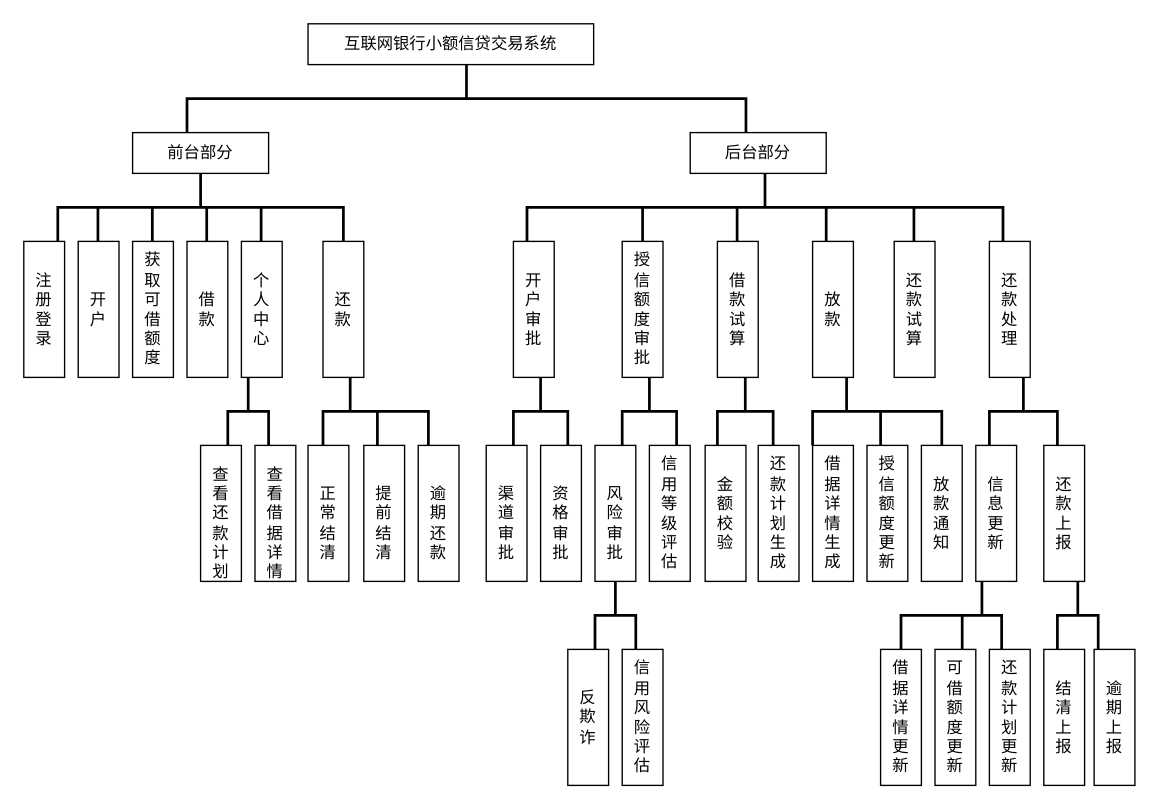
The draw.io diagram 功能模块图.drawio in wuxiao-web/graduationThesis, before the edit. Source tidied: cells renumbered, new cells numbered last; positions are measured from the earlier drawing's top-left corner, leaving out a move shared by most shapes. Both pictures are drawn from the tidied source at 136%, with x=0, y=0 at pixel (23, 23).
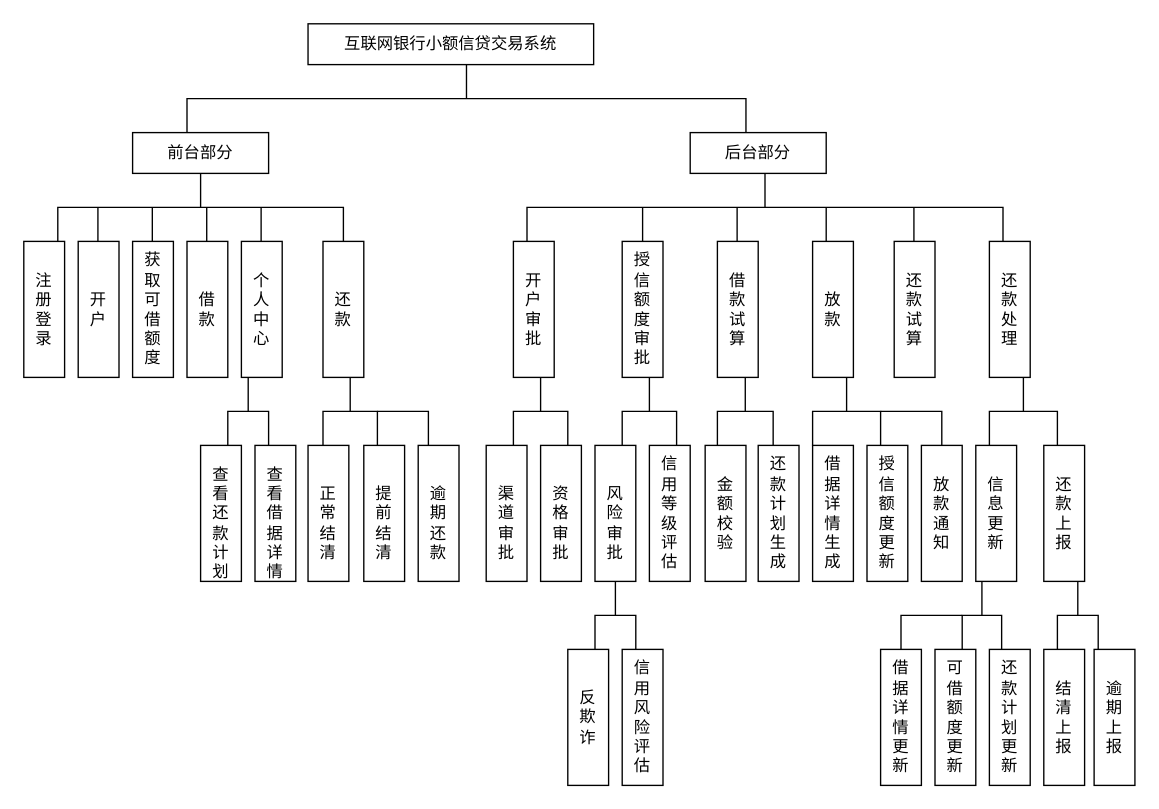
Above is the later version.

Commit message (it also covers changes not shown here):
更新功能模块图.drawio

Unchanged cells that the change refers to:
```xml
<mxCell id="21" value="&lt;br&gt;逾&lt;br&gt;期&lt;br&gt;还&lt;br&gt;款" style="rounded=0;whiteSpace=wrap;html=1;direction=south;" parent="1" vertex="1">
  <mxGeometry x="290" y="310" width="30" height="100" as="geometry" />
</mxCell>
<mxCell id="24" value="授&lt;br&gt;信&lt;br&gt;额&lt;br&gt;度&lt;br&gt;审&lt;br&gt;批" style="rounded=0;whiteSpace=wrap;html=1;direction=south;" parent="1" vertex="1">
  <mxGeometry x="440" y="160" width="30" height="100" as="geometry" />
</mxCell>
<mxCell id="52" value="放&lt;br&gt;款&lt;br&gt;通&lt;br&gt;知" style="rounded=0;whiteSpace=wrap;html=1;direction=south;" parent="1" vertex="1">
  <mxGeometry x="660" y="310" width="30" height="100" as="geometry" />
</mxCell>
<mxCell id="60" value="借&lt;br&gt;据&lt;br&gt;详&lt;br&gt;情&lt;br&gt;更&lt;br&gt;新" style="rounded=0;whiteSpace=wrap;html=1;direction=south;" parent="1" vertex="1">
  <mxGeometry x="630" y="460" width="30" height="100" as="geometry" />
</mxCell>
```

What changed in the source:
```diff
@@
-    <mxCell id="3" style="strokeWidth=2;html=1;shape=mxgraph.flowchart.annotation_2;align=left;labelPosition=right;direction=south;" parent="1" vertex="1">
+    <mxCell id="3" style="strokeWidth=1;html=1;shape=mxgraph.flowchart.annotation_2;align=left;labelPosition=right;direction=south;" parent="1" vertex="1">
       <mxGeometry x="120" y="30" width="411" height="50" as="geometry" />
     </mxCell>
@@
-    <mxCell id="6" style="strokeWidth=2;html=1;shape=mxgraph.flowchart.annotation_2;align=left;labelPosition=right;direction=south;" parent="1" vertex="1">
+    <mxCell id="6" style="strokeWidth=1;html=1;shape=mxgraph.flowchart.annotation_2;align=left;labelPosition=right;direction=south;" parent="1" vertex="1">
       <mxGeometry x="25" y="110" width="210" height="50" as="geometry" />
     </mxCell>
@@
-    <mxCell id="13" style="strokeWidth=2;html=1;shape=mxgraph.flowchart.annotation_2;align=left;labelPosition=right;direction=south;" parent="1" vertex="1">
+    <mxCell id="13" style="strokeWidth=1;html=1;shape=mxgraph.flowchart.annotation_2;align=left;labelPosition=right;direction=south;" parent="1" vertex="1">
       <mxGeometry x="370" y="110" width="350" height="50" as="geometry" />
     </mxCell>
-    <mxCell id="14" style="strokeWidth=2;html=1;shape=mxgraph.flowchart.annotation_2;align=left;labelPosition=right;direction=south;" parent="1" vertex="1">
+    <mxCell id="14" style="strokeWidth=1;html=1;shape=mxgraph.flowchart.annotation_2;align=left;labelPosition=right;direction=south;" parent="1" vertex="1">
       <mxGeometry x="150" y="260" width="30" height="50" as="geometry" />
     </mxCell>
@@
-    <mxCell id="17" style="edgeStyle=orthogonalEdgeStyle;rounded=0;jettySize=auto;html=1;entryX=0;entryY=0.75;entryDx=0;entryDy=0;endArrow=none;endFill=0;strokeWidth=2;" parent="1" edge="1" source="18" target="21">
+    <mxCell id="17" style="edgeStyle=orthogonalEdgeStyle;rounded=0;jettySize=auto;html=1;entryX=0;entryY=0.75;entryDx=0;entryDy=0;endArrow=none;endFill=0;strokeWidth=1;" parent="1" edge="1" source="18" target="21">
       <mxGeometry relative="1" as="geometry" />
     </mxCell>
-    <mxCell id="18" style="strokeWidth=2;html=1;shape=mxgraph.flowchart.annotation_2;align=left;labelPosition=right;direction=south;" parent="1" vertex="1">
+    <mxCell id="18" style="strokeWidth=1;html=1;shape=mxgraph.flowchart.annotation_2;align=left;labelPosition=right;direction=south;" parent="1" vertex="1">
       <mxGeometry x="220" y="260" width="40" height="50" as="geometry" />
     </mxCell>
@@
-    <mxCell id="23" style="edgeStyle=orthogonalEdgeStyle;rounded=0;jettySize=auto;html=1;endArrow=none;endFill=0;strokeWidth=2;" parent="1" edge="1" source="24">
+    <mxCell id="23" style="edgeStyle=orthogonalEdgeStyle;rounded=0;jettySize=auto;html=1;endArrow=none;endFill=0;strokeWidth=1;" parent="1" edge="1" source="24">
       <mxGeometry relative="1" as="geometry">
         <mxPoint x="455" y="135" as="targetPoint" />
       </mxGeometry>
     </mxCell>
@@
-    <mxCell id="28" style="edgeStyle=orthogonalEdgeStyle;rounded=0;orthogonalLoop=1;jettySize=auto;html=1;endArrow=none;endFill=0;strokeWidth=2;" parent="1" edge="1">
+    <mxCell id="28" style="edgeStyle=orthogonalEdgeStyle;rounded=0;orthogonalLoop=1;jettySize=auto;html=1;endArrow=none;endFill=0;strokeWidth=1;" parent="1" edge="1">
       <mxGeometry relative="1" as="geometry">
         <mxPoint x="524.5" y="160" as="sourcePoint" />
         <mxPoint x="524.5" y="135" as="targetPoint" />
       </mxGeometry>
     </mxCell>
@@
-    <mxCell id="30" style="edgeStyle=orthogonalEdgeStyle;rounded=0;orthogonalLoop=1;jettySize=auto;html=1;endArrow=none;endFill=0;strokeWidth=2;" parent="1" edge="1">
+    <mxCell id="30" style="edgeStyle=orthogonalEdgeStyle;rounded=0;orthogonalLoop=1;jettySize=auto;html=1;endArrow=none;endFill=0;strokeWidth=1;" parent="1" edge="1">
       <mxGeometry relative="1" as="geometry">
         <mxPoint x="590" y="160" as="sourcePoint" />
         <mxPoint x="590" y="135" as="targetPoint" />
       </mxGeometry>
     </mxCell>
-    <mxCell id="31" style="edgeStyle=orthogonalEdgeStyle;rounded=0;orthogonalLoop=1;jettySize=auto;html=1;endArrow=none;endFill=0;strokeWidth=2;" parent="1" edge="1">
+    <mxCell id="31" style="edgeStyle=orthogonalEdgeStyle;rounded=0;orthogonalLoop=1;jettySize=auto;html=1;endArrow=none;endFill=0;strokeWidth=1;" parent="1" edge="1">
       <mxGeometry relative="1" as="geometry">
         <mxPoint x="654.5" y="160" as="sourcePoint" />
         <mxPoint x="654.5" y="135" as="targetPoint" />
       </mxGeometry>
     </mxCell>
-    <mxCell id="32" style="edgeStyle=orthogonalEdgeStyle;rounded=0;orthogonalLoop=1;jettySize=auto;html=1;endArrow=none;endFill=0;strokeWidth=2;" parent="1" edge="1">
+    <mxCell id="32" style="edgeStyle=orthogonalEdgeStyle;rounded=0;orthogonalLoop=1;jettySize=auto;html=1;endArrow=none;endFill=0;strokeWidth=1;" parent="1" edge="1">
       <mxGeometry relative="1" as="geometry">
         <mxPoint x="54.5" y="160" as="sourcePoint" />
         <mxPoint x="54.5" y="135" as="targetPoint" />
       </mxGeometry>
     </mxCell>
-    <mxCell id="33" style="edgeStyle=orthogonalEdgeStyle;rounded=0;orthogonalLoop=1;jettySize=auto;html=1;endArrow=none;endFill=0;strokeWidth=2;" parent="1" edge="1">
+    <mxCell id="33" style="edgeStyle=orthogonalEdgeStyle;rounded=0;orthogonalLoop=1;jettySize=auto;html=1;endArrow=none;endFill=0;strokeWidth=1;" parent="1" edge="1">
       <mxGeometry relative="1" as="geometry">
         <mxPoint x="94.5" y="160" as="sourcePoint" />
         <mxPoint x="94.5" y="135" as="targetPoint" />
       </mxGeometry>
     </mxCell>
-    <mxCell id="34" style="edgeStyle=orthogonalEdgeStyle;rounded=0;orthogonalLoop=1;jettySize=auto;html=1;endArrow=none;endFill=0;strokeWidth=2;" parent="1" edge="1">
+    <mxCell id="34" style="edgeStyle=orthogonalEdgeStyle;rounded=0;orthogonalLoop=1;jettySize=auto;html=1;endArrow=none;endFill=0;strokeWidth=1;" parent="1" edge="1">
       <mxGeometry relative="1" as="geometry">
         <mxPoint x="134.5" y="160" as="sourcePoint" />
         <mxPoint x="134.5" y="135" as="targetPoint" />
       </mxGeometry>
     </mxCell>
-    <mxCell id="35" style="edgeStyle=orthogonalEdgeStyle;rounded=0;orthogonalLoop=1;jettySize=auto;html=1;endArrow=none;endFill=0;strokeWidth=2;" parent="1" edge="1">
+    <mxCell id="35" style="edgeStyle=orthogonalEdgeStyle;rounded=0;orthogonalLoop=1;jettySize=auto;html=1;endArrow=none;endFill=0;strokeWidth=1;" parent="1" edge="1">
       <mxGeometry relative="1" as="geometry">
         <mxPoint x="174.5" y="160" as="sourcePoint" />
         <mxPoint x="174.5" y="135" as="targetPoint" />
       </mxGeometry>
     </mxCell>
-    <mxCell id="36" style="strokeWidth=2;html=1;shape=mxgraph.flowchart.annotation_2;align=left;labelPosition=right;direction=south;" parent="1" vertex="1">
+    <mxCell id="36" style="strokeWidth=1;html=1;shape=mxgraph.flowchart.annotation_2;align=left;labelPosition=right;direction=south;" parent="1" vertex="1">
       <mxGeometry x="360" y="260" width="40" height="50" as="geometry" />
     </mxCell>
@@
-    <mxCell id="39" style="strokeWidth=2;html=1;shape=mxgraph.flowchart.annotation_2;align=left;labelPosition=right;direction=south;" parent="1" vertex="1">
+    <mxCell id="39" style="strokeWidth=1;html=1;shape=mxgraph.flowchart.annotation_2;align=left;labelPosition=right;direction=south;" parent="1" vertex="1">
       <mxGeometry x="440" y="260" width="40" height="50" as="geometry" />
     </mxCell>
@@
-    <mxCell id="42" style="strokeWidth=2;html=1;shape=mxgraph.flowchart.annotation_2;align=left;labelPosition=right;direction=south;" parent="1" vertex="1">
+    <mxCell id="42" style="strokeWidth=1;html=1;shape=mxgraph.flowchart.annotation_2;align=left;labelPosition=right;direction=south;" parent="1" vertex="1">
       <mxGeometry x="420" y="410" width="30" height="50" as="geometry" />
     </mxCell>
@@
-    <mxCell id="45" style="strokeWidth=2;html=1;shape=mxgraph.flowchart.annotation_2;align=left;labelPosition=right;direction=south;" parent="1" vertex="1">
+    <mxCell id="45" style="strokeWidth=1;html=1;shape=mxgraph.flowchart.annotation_2;align=left;labelPosition=right;direction=south;" parent="1" vertex="1">
       <mxGeometry x="510" y="260" width="41" height="50" as="geometry" />
     </mxCell>
@@
-    <mxCell id="48" style="edgeStyle=orthogonalEdgeStyle;rounded=0;jettySize=auto;html=1;entryX=0;entryY=0.5;entryDx=0;entryDy=0;strokeWidth=2;endArrow=none;endFill=0;" parent="1" edge="1" source="49" target="52">
+    <mxCell id="48" style="edgeStyle=orthogonalEdgeStyle;rounded=0;jettySize=auto;html=1;entryX=0;entryY=0.5;entryDx=0;entryDy=0;strokeWidth=1;endArrow=none;endFill=0;" parent="1" edge="1" source="49" target="52">
       <mxGeometry relative="1" as="geometry" />
     </mxCell>
-    <mxCell id="49" style="strokeWidth=2;html=1;shape=mxgraph.flowchart.annotation_2;align=left;labelPosition=right;direction=south;" parent="1" vertex="1">
+    <mxCell id="49" style="strokeWidth=1;html=1;shape=mxgraph.flowchart.annotation_2;align=left;labelPosition=right;direction=south;" parent="1" vertex="1">
       <mxGeometry x="580" y="260" width="50" height="50" as="geometry" />
     </mxCell>
@@
-    <mxCell id="53" style="strokeWidth=2;html=1;shape=mxgraph.flowchart.annotation_2;align=left;labelPosition=right;direction=south;" parent="1" vertex="1">
+    <mxCell id="53" style="strokeWidth=1;html=1;shape=mxgraph.flowchart.annotation_2;align=left;labelPosition=right;direction=south;" parent="1" vertex="1">
       <mxGeometry x="710" y="260" width="50" height="50" as="geometry" />
     </mxCell>
@@
-    <mxCell id="56" style="edgeStyle=orthogonalEdgeStyle;rounded=0;jettySize=auto;html=1;entryX=0;entryY=0.5;entryDx=0;entryDy=0;endArrow=none;endFill=0;strokeWidth=2;" parent="1" edge="1" source="57" target="60">
+    <mxCell id="56" style="edgeStyle=orthogonalEdgeStyle;rounded=0;jettySize=auto;html=1;entryX=0;entryY=0.5;entryDx=0;entryDy=0;endArrow=none;endFill=0;strokeWidth=1;" parent="1" edge="1" source="57" target="60">
       <mxGeometry relative="1" as="geometry" />
     </mxCell>
-    <mxCell id="57" style="strokeWidth=2;html=1;shape=mxgraph.flowchart.annotation_2;align=left;labelPosition=right;direction=south;" parent="1" vertex="1">
+    <mxCell id="57" style="strokeWidth=1;html=1;shape=mxgraph.flowchart.annotation_2;align=left;labelPosition=right;direction=south;" parent="1" vertex="1">
       <mxGeometry x="690" y="410" width="29" height="50" as="geometry" />
     </mxCell>
@@
-    <mxCell id="61" style="strokeWidth=2;html=1;shape=mxgraph.flowchart.annotation_2;align=left;labelPosition=right;direction=south;" parent="1" vertex="1">
+    <mxCell id="61" style="strokeWidth=1;html=1;shape=mxgraph.flowchart.annotation_2;align=left;labelPosition=right;direction=south;" parent="1" vertex="1">
       <mxGeometry x="760" y="410" width="30" height="50" as="geometry" />
     </mxCell>
```
